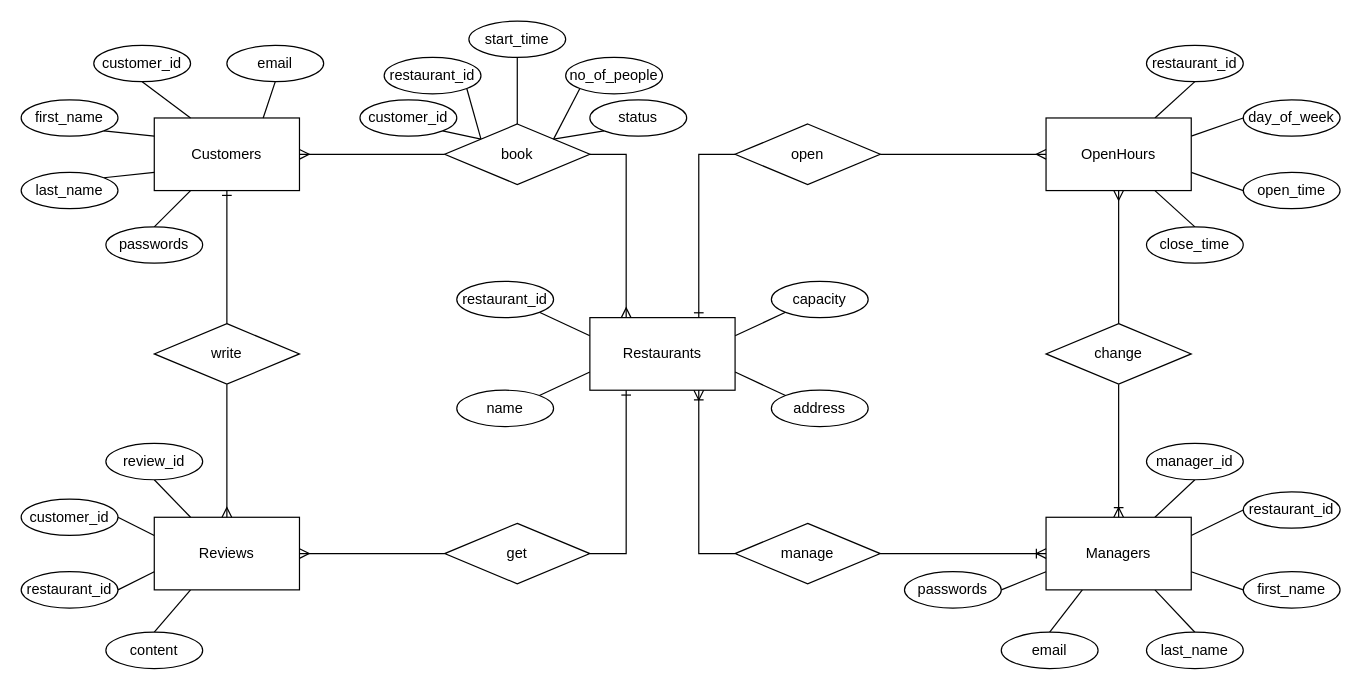
kai-uofa/WDC_Restaurant keeps this draw.io diagram as docs/ER-Diagram.drawio. Above is the earlier version. Source tidied: cells renumbered, new cells numbered last; positions are measured from the earlier drawing's top-left corner, leaving out a move shared by most shapes. Both pictures are drawn from the tidied source at 121%, with x=0, y=0 at pixel (21, 21).
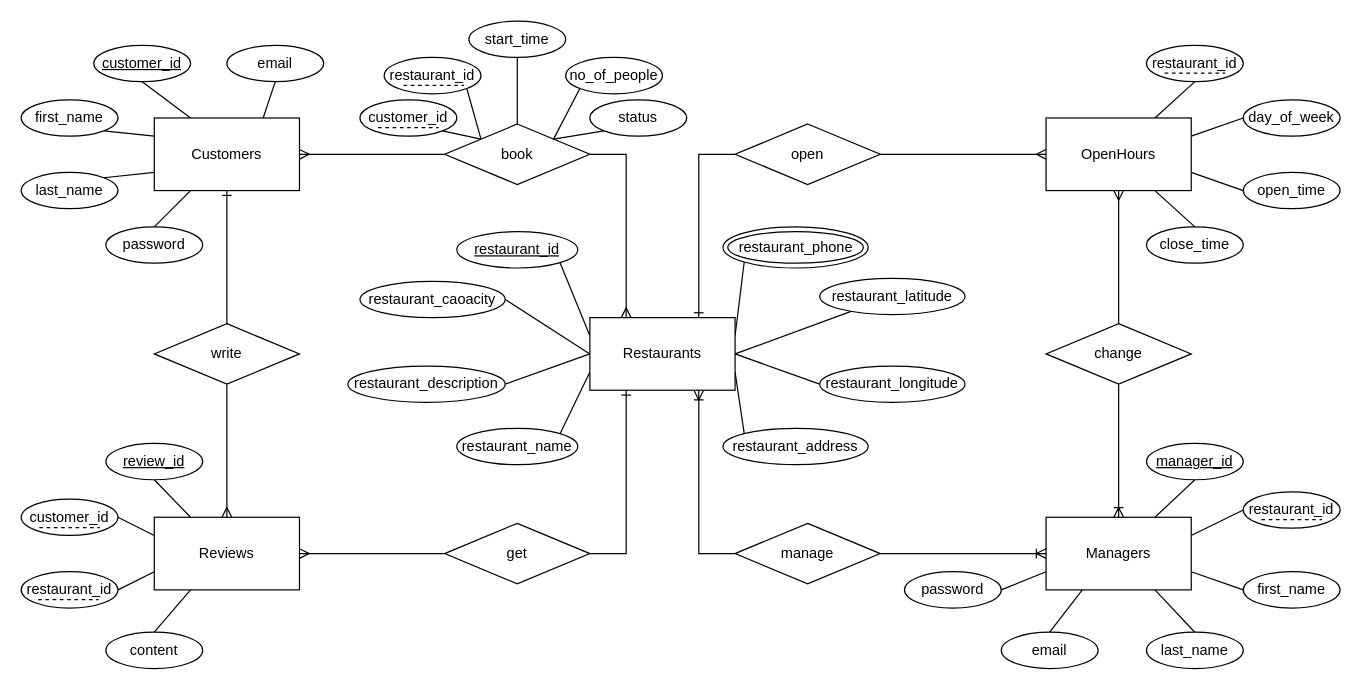
After the change.

The change refers to these unchanged cells:
```xml
<mxCell id="6" value="Restaurants" style="rounded=0;whiteSpace=wrap;html=1;" parent="1" vertex="1">
  <mxGeometry x="470" y="245" width="120" height="60" as="geometry" />
</mxCell>
```

What changed in the source:
```diff
@@
-    <mxCell id="4" style="edgeStyle=none;rounded=0;jettySize=auto;html=1;exitX=1;exitY=0.25;exitDx=0;exitDy=0;entryX=0;entryY=1;entryDx=0;entryDy=0;startArrow=none;startFill=0;endArrow=none;endFill=0;" parent="1" edge="1" source="6" target="46">
+    <mxCell id="4" style="edgeStyle=none;rounded=0;jettySize=auto;html=1;exitX=1;exitY=0.25;exitDx=0;exitDy=0;entryX=0;entryY=1;entryDx=0;entryDy=0;startArrow=none;startFill=0;endArrow=none;endFill=0;" parent="1" edge="1" source="6" target="85">
       <mxGeometry relative="1" as="geometry" />
     </mxCell>
-    <mxCell id="5" style="edgeStyle=none;rounded=0;jettySize=auto;html=1;exitX=1;exitY=0.75;exitDx=0;exitDy=0;entryX=0;entryY=0;entryDx=0;entryDy=0;startArrow=none;startFill=0;endArrow=none;endFill=0;" parent="1" edge="1" source="6" target="45">
-      <mxGeometry relative="1" as="geometry" />
+    <mxCell id="5" style="edgeStyle=none;rounded=0;jettySize=auto;html=1;entryX=0;entryY=0;entryDx=0;entryDy=0;startArrow=none;startFill=0;endArrow=none;endFill=0;" parent="1" edge="1" target="86">
+      <mxGeometry relative="1" as="geometry">
+        <mxPoint x="590" y="290" as="sourcePoint" />
+      </mxGeometry>
     </mxCell>
+    <mxCell id="81" style="rounded=0;jettySize=auto;html=1;exitX=1;exitY=0.5;exitDx=0;exitDy=0;endArrow=none;endFill=0;" parent="1" edge="1" source="6" target="87">
+      <mxGeometry relative="1" as="geometry" />
+    </mxCell>
+    <mxCell id="82" style="edgeStyle=none;rounded=0;jettySize=auto;html=1;exitX=1;exitY=0.5;exitDx=0;exitDy=0;entryX=0;entryY=0.5;entryDx=0;entryDy=0;endArrow=none;endFill=0;" parent="1" edge="1" source="6" target="88">
+      <mxGeometry relative="1" as="geometry" />
+    </mxCell>
+    <mxCell id="83" style="edgeStyle=none;rounded=0;jettySize=auto;html=1;exitX=0;exitY=0.5;exitDx=0;exitDy=0;entryX=1;entryY=0.5;entryDx=0;entryDy=0;endArrow=none;endFill=0;" parent="1" edge="1" source="6" target="89">
+      <mxGeometry relative="1" as="geometry" />
+    </mxCell>
+    <mxCell id="84" style="edgeStyle=none;rounded=0;jettySize=auto;html=1;exitX=0;exitY=0.5;exitDx=0;exitDy=0;entryX=1;entryY=0.5;entryDx=0;entryDy=0;endArrow=none;endFill=0;" parent="1" edge="1" source="6" target="90">
+      <mxGeometry relative="1" as="geometry" />
+    </mxCell>
@@
-    <mxCell id="43" value="restaurant_id" style="ellipse;whiteSpace=wrap;html=1;" parent="1" vertex="1">
-      <mxGeometry x="360" y="215" width="80" height="30" as="geometry" />
-    </mxCell>
-    <mxCell id="44" value="name" style="ellipse;whiteSpace=wrap;html=1;" parent="1" vertex="1">
-      <mxGeometry x="360" y="305" width="80" height="30" as="geometry" />
+    <mxCell id="44" value="restaurant_name" style="ellipse;whiteSpace=wrap;html=1;" parent="1" vertex="1">
+      <mxGeometry x="360" y="336.5" width="100" height="30" as="geometry" />
     </mxCell>
-    <mxCell id="45" value="address" style="ellipse;whiteSpace=wrap;html=1;" parent="1" vertex="1">
-      <mxGeometry x="620" y="305" width="80" height="30" as="geometry" />
-    </mxCell>
-    <mxCell id="46" value="capacity" style="ellipse;whiteSpace=wrap;html=1;" parent="1" vertex="1">
-      <mxGeometry x="620" y="215" width="80" height="30" as="geometry" />
-    </mxCell>
@@
-    <mxCell id="52" value="customer_id" style="ellipse;whiteSpace=wrap;html=1;" parent="1" vertex="1">
+    <mxCell id="52" value="&lt;u&gt;customer_id&lt;/u&gt;" style="ellipse;whiteSpace=wrap;html=1;" parent="1" vertex="1">
       <mxGeometry x="60" y="20" width="80" height="30" as="geometry" />
     </mxCell>
@@
-    <mxCell id="60" value="passwords" style="ellipse;whiteSpace=wrap;html=1;" parent="1" vertex="1">
+    <mxCell id="60" value="password" style="ellipse;whiteSpace=wrap;html=1;" parent="1" vertex="1">
       <mxGeometry x="70" y="170" width="80" height="30" as="geometry" />
     </mxCell>
@@
-    <mxCell id="71" value="review_id" style="ellipse;whiteSpace=wrap;html=1;" parent="1" vertex="1">
+    <mxCell id="71" value="&lt;u&gt;review_id&lt;/u&gt;" style="ellipse;whiteSpace=wrap;html=1;" parent="1" vertex="1">
       <mxGeometry x="70" y="349" width="80" height="30" as="geometry" />
     </mxCell>
@@
-    <mxCell id="75" value="manager_id" style="ellipse;whiteSpace=wrap;html=1;" parent="1" vertex="1">
+    <mxCell id="75" value="&lt;u&gt;manager_id&lt;/u&gt;" style="ellipse;whiteSpace=wrap;html=1;" parent="1" vertex="1">
       <mxGeometry x="930" y="349" width="80" height="30" as="geometry" />
     </mxCell>
@@
-    <mxCell id="80" value="passwords" style="ellipse;whiteSpace=wrap;html=1;" parent="1" vertex="1">
+    <mxCell id="80" value="password" style="ellipse;whiteSpace=wrap;html=1;" parent="1" vertex="1">
       <mxGeometry x="730" y="455" width="80" height="30" as="geometry" />
     </mxCell>
+    <mxCell id="43" value="&lt;u&gt;restaurant_id&lt;/u&gt;" style="ellipse;whiteSpace=wrap;html=1;" parent="1" vertex="1">
+      <mxGeometry x="360" y="174" width="100" height="30" as="geometry" />
+    </mxCell>
+    <mxCell id="85" value="restaurant_phone" style="shape=doubleEllipse;html=1;dashed=0;whitespace=wrap;perimeter=ellipsePerimeter;" parent="1" vertex="1">
+      <mxGeometry x="580" y="170" width="120" height="34" as="geometry" />
+    </mxCell>
+    <mxCell id="86" value="restaurant_address" style="ellipse;whiteSpace=wrap;html=1;" parent="1" vertex="1">
+      <mxGeometry x="580" y="336.5" width="120" height="30" as="geometry" />
+    </mxCell>
+    <mxCell id="87" value="restaurant_&lt;span&gt;latitude&lt;/span&gt;" style="ellipse;whiteSpace=wrap;html=1;" parent="1" vertex="1">
+      <mxGeometry x="660" y="212.5" width="120" height="30" as="geometry" />
+    </mxCell>
+    <mxCell id="88" value="restaurant_&lt;span&gt;longitude&lt;/span&gt;" style="ellipse;whiteSpace=wrap;html=1;" parent="1" vertex="1">
+      <mxGeometry x="660" y="285" width="120" height="30" as="geometry" />
+    </mxCell>
+    <mxCell id="89" value="restaurant_caoacity" style="ellipse;whiteSpace=wrap;html=1;" parent="1" vertex="1">
+      <mxGeometry x="280" y="215" width="120" height="30" as="geometry" />
+    </mxCell>
+    <mxCell id="90" value="restaurant_description" style="ellipse;whiteSpace=wrap;html=1;" parent="1" vertex="1">
+      <mxGeometry x="270" y="285" width="130" height="30" as="geometry" />
+    </mxCell>
+    <mxCell id="91" style="endArrow=none;dashed=1;html=1;" parent="1" edge="1">
+      <mxGeometry relative="1" as="geometry">
+        <mxPoint x="316" y="53" as="sourcePoint" />
+        <mxPoint x="366" y="53" as="targetPoint" />
+      </mxGeometry>
+    </mxCell>
+    <mxCell id="92" style="endArrow=none;dashed=1;html=1;" parent="1" edge="1">
+      <mxGeometry relative="1" as="geometry">
+        <mxPoint x="295" y="88" as="sourcePoint" />
+        <mxPoint x="345" y="88" as="targetPoint" />
+      </mxGeometry>
+    </mxCell>
+    <mxCell id="93" style="endArrow=none;dashed=1;html=1;" parent="1" edge="1">
+      <mxGeometry relative="1" as="geometry">
+        <mxPoint x="945" y="43" as="sourcePoint" />
+        <mxPoint x="995" y="43" as="targetPoint" />
+      </mxGeometry>
+    </mxCell>
+    <mxCell id="94" style="endArrow=none;dashed=1;html=1;" parent="1" edge="1">
+      <mxGeometry relative="1" as="geometry">
+        <mxPoint x="1025" y="412" as="sourcePoint" />
+        <mxPoint x="1075" y="412" as="targetPoint" />
+      </mxGeometry>
+    </mxCell>
+    <mxCell id="95" style="endArrow=none;dashed=1;html=1;" parent="1" edge="1">
+      <mxGeometry relative="1" as="geometry">
+        <mxPoint x="15" y="418.5" as="sourcePoint" />
+        <mxPoint x="65" y="418.5" as="targetPoint" />
+      </mxGeometry>
+    </mxCell>
+    <mxCell id="96" style="endArrow=none;dashed=1;html=1;" parent="1" edge="1">
+      <mxGeometry relative="1" as="geometry">
+        <mxPoint x="14" y="478" as="sourcePoint" />
+        <mxPoint x="64" y="478" as="targetPoint" />
+      </mxGeometry>
+    </mxCell>
```
